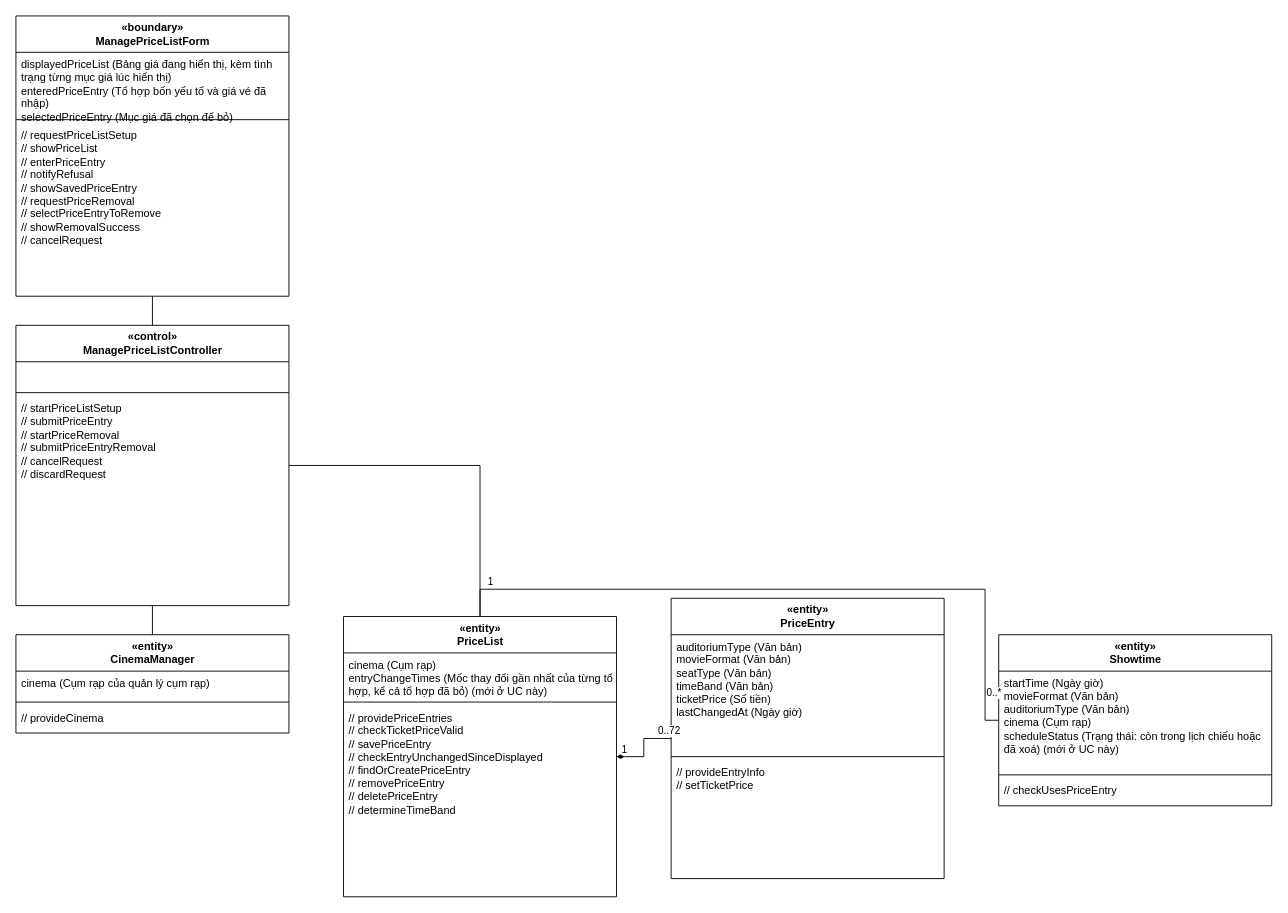
This is design/diagrams/P07-class-UC-013.drawio from luytbq/app-dat-ve-xem-phim, a draw.io file, before an edit. Source tidied: cells renumbered, new cells numbered last; positions are measured from the earlier drawing's top-left corner, leaving out a move shared by most shapes. Both pictures are drawn from the tidied source at 91%, with x=0, y=0 at pixel (15, 15).
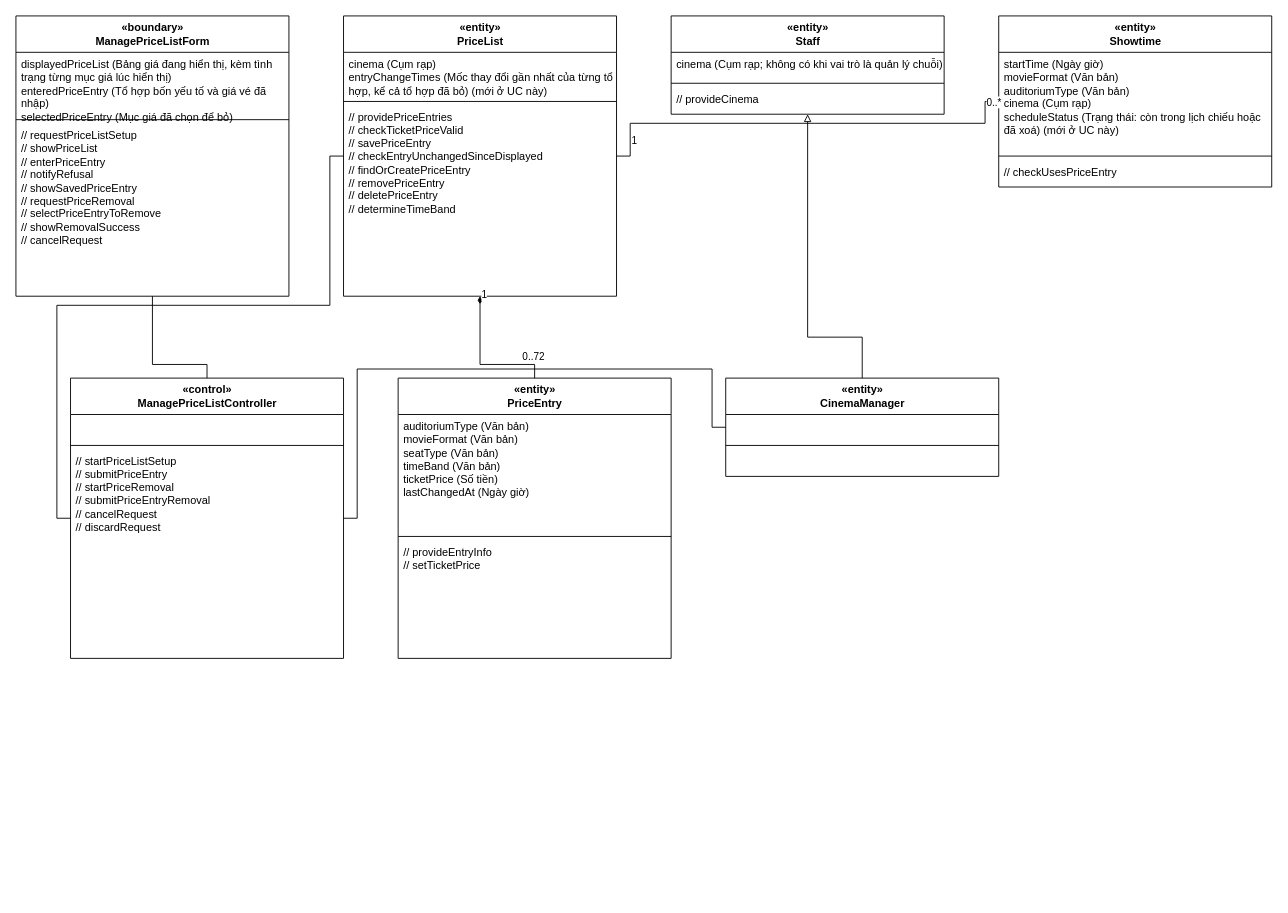
The same diagram, later.

Unchanged cells that the change refers to:
```xml
<mxCell id="2" value="«boundary»&lt;br&gt;ManagePriceListForm" style="swimlane;fontStyle=1;align=center;horizontal=1;startSize=40;html=1;" parent="1" vertex="1">
  <mxGeometry width="300" height="308" as="geometry" />
</mxCell>
```

What changed in the source:
```diff
@@
     <mxCell id="6" value="«control»&lt;br&gt;ManagePriceListController" style="swimlane;fontStyle=1;align=center;horizontal=1;startSize=40;html=1;" parent="1" vertex="1">
-      <mxGeometry y="340" width="300" height="308" as="geometry" />
+      <mxGeometry x="60" y="398" width="300" height="308" as="geometry" />
     </mxCell>
@@
     <mxCell id="10" value="«entity»&lt;br&gt;CinemaManager" style="swimlane;fontStyle=1;align=center;horizontal=1;startSize=40;html=1;" parent="1" vertex="1">
-      <mxGeometry y="680" width="300" height="108" as="geometry" />
+      <mxGeometry x="780" y="398" width="300" height="108" as="geometry" />
     </mxCell>
-    <mxCell id="11" value="cinema (Cụm rạp của quản lý cụm rạp)" style="text;strokeColor=none;fillColor=none;align=left;verticalAlign=top;spacingLeft=4;html=1;whiteSpace=wrap;" parent="10" vertex="1">
+    <mxCell id="11" value=" " style="text;strokeColor=none;fillColor=none;align=left;verticalAlign=top;spacingLeft=4;html=1;whiteSpace=wrap;" parent="10" vertex="1">
       <mxGeometry y="40" width="300" height="30" as="geometry" />
     </mxCell>
@@
-    <mxCell id="13" value="// provideCinema" style="text;strokeColor=none;fillColor=none;align=left;verticalAlign=top;spacingLeft=4;html=1;whiteSpace=wrap;" parent="10" vertex="1">
+    <mxCell id="13" value=" " style="text;strokeColor=none;fillColor=none;align=left;verticalAlign=top;spacingLeft=4;html=1;whiteSpace=wrap;" parent="10" vertex="1">
       <mxGeometry y="78" width="300" height="30" as="geometry" />
     </mxCell>
     <mxCell id="14" value="«entity»&lt;br&gt;PriceList" style="swimlane;fontStyle=1;align=center;horizontal=1;startSize=40;html=1;" parent="1" vertex="1">
-      <mxGeometry x="360" y="660" width="300" height="308" as="geometry" />
+      <mxGeometry x="360" width="300" height="308" as="geometry" />
     </mxCell>
@@
     <mxCell id="18" value="«entity»&lt;br&gt;PriceEntry" style="swimlane;fontStyle=1;align=center;horizontal=1;startSize=40;html=1;" parent="1" vertex="1">
-      <mxGeometry x="720" y="640" width="300" height="308" as="geometry" />
+      <mxGeometry x="420" y="398" width="300" height="308" as="geometry" />
     </mxCell>
@@
     <mxCell id="22" value="«entity»&lt;br&gt;Showtime" style="swimlane;fontStyle=1;align=center;horizontal=1;startSize=40;html=1;" parent="1" vertex="1">
-      <mxGeometry x="1080" y="680" width="300" height="188" as="geometry" />
+      <mxGeometry x="1080" width="300" height="188" as="geometry" />
     </mxCell>
@@
-    <mxCell id="26" style="edgeStyle=orthogonalEdgeStyle;rounded=0;html=1;endArrow=none;" parent="1" edge="1" source="2" target="6">
-      <mxGeometry relative="1" as="geometry" />
+    <mxCell id="26" style="edgeStyle=orthogonalEdgeStyle;rounded=0;html=1;endArrow=none;exitX=0.5;exitY=1;exitDx=0;exitDy=0;entryX=0.5;entryY=0;entryDx=0;entryDy=0;" parent="1" edge="1" source="2" target="6">
+      <mxGeometry relative="1" as="geometry">
+        <Array as="points">
+          <mxPoint x="150" y="383" />
+          <mxPoint x="210" y="383" />
+        </Array>
+      </mxGeometry>
     </mxCell>
-    <mxCell id="27" style="edgeStyle=orthogonalEdgeStyle;rounded=0;html=1;endArrow=none;" parent="1" edge="1" source="6" target="10">
-      <mxGeometry relative="1" as="geometry" />
+    <mxCell id="27" style="edgeStyle=orthogonalEdgeStyle;rounded=0;html=1;endArrow=none;exitX=1;exitY=0.5;exitDx=0;exitDy=0;entryX=0;entryY=0.5;entryDx=0;entryDy=0;" parent="1" edge="1" source="6" target="10">
+      <mxGeometry relative="1" as="geometry">
+        <Array as="points">
+          <mxPoint x="375" y="552" />
+          <mxPoint x="375" y="388" />
+          <mxPoint x="765" y="388" />
+          <mxPoint x="765" y="452" />
+        </Array>
+      </mxGeometry>
     </mxCell>
-    <mxCell id="28" style="edgeStyle=orthogonalEdgeStyle;rounded=0;html=1;endArrow=none;" parent="1" edge="1" source="6" target="14">
-      <mxGeometry relative="1" as="geometry" />
+    <mxCell id="28" style="edgeStyle=orthogonalEdgeStyle;rounded=0;html=1;endArrow=none;exitX=0;exitY=0.5;exitDx=0;exitDy=0;entryX=0;entryY=0.5;entryDx=0;entryDy=0;" parent="1" edge="1" source="6" target="14">
+      <mxGeometry relative="1" as="geometry">
+        <Array as="points">
+          <mxPoint x="45" y="552" />
+          <mxPoint x="45" y="318" />
+          <mxPoint x="345" y="318" />
+          <mxPoint x="345" y="154" />
+        </Array>
+      </mxGeometry>
     </mxCell>
-    <mxCell id="29" style="edgeStyle=orthogonalEdgeStyle;rounded=0;html=1;endArrow=none;startArrow=diamondThin;startFill=1;" parent="1" edge="1" source="14" target="18">
-      <mxGeometry relative="1" as="geometry" />
+    <mxCell id="29" style="edgeStyle=orthogonalEdgeStyle;rounded=0;html=1;endArrow=none;startArrow=diamondThin;startFill=1;exitX=0.5;exitY=1;exitDx=0;exitDy=0;entryX=0.5;entryY=0;entryDx=0;entryDy=0;" parent="1" edge="1" source="14" target="18">
+      <mxGeometry relative="1" as="geometry">
+        <Array as="points">
+          <mxPoint x="510" y="383" />
+          <mxPoint x="570" y="383" />
+        </Array>
+      </mxGeometry>
     </mxCell>
@@
-    <mxCell id="32" style="edgeStyle=orthogonalEdgeStyle;rounded=0;html=1;endArrow=none;exitX=0;exitY=0.5;exitDx=0;exitDy=0;entryX=0.5;entryY=0;entryDx=0;entryDy=0;" parent="1" edge="1" source="22" target="14">
+    <mxCell id="32" style="edgeStyle=orthogonalEdgeStyle;rounded=0;html=1;endArrow=none;exitX=0;exitY=0.5;exitDx=0;exitDy=0;entryX=1;entryY=0.5;entryDx=0;entryDy=0;" parent="1" edge="1" source="22" target="14">
       <mxGeometry relative="1" as="geometry">
         <Array as="points">
-          <mxPoint x="1065" y="774" />
-          <mxPoint x="1065" y="630" />
-          <mxPoint x="510" y="630" />
+          <mxPoint x="1065" y="94" />
+          <mxPoint x="1065" y="118" />
+          <mxPoint x="675" y="118" />
+          <mxPoint x="675" y="154" />
         </Array>
       </mxGeometry>
     </mxCell>
@@
+    <mxCell id="35" value="«entity»&lt;br&gt;Staff" style="swimlane;fontStyle=1;align=center;horizontal=1;startSize=40;html=1;" parent="1" vertex="1">
+      <mxGeometry x="720" width="300" height="108" as="geometry" />
+    </mxCell>
+    <mxCell id="36" value="cinema (Cụm rạp; không có khi vai trò là quản lý chuỗi)" style="text;strokeColor=none;fillColor=none;align=left;verticalAlign=top;spacingLeft=4;html=1;whiteSpace=wrap;" parent="35" vertex="1">
+      <mxGeometry y="40" width="300" height="30" as="geometry" />
+    </mxCell>
+    <mxCell id="37" style="line;strokeWidth=1;fillColor=none;align=left;verticalAlign=middle;spacingTop=-1;spacingLeft=3;spacingRight=3;labelPosition=right;" parent="35" vertex="1">
+      <mxGeometry y="70" width="300" height="8" as="geometry" />
+    </mxCell>
+    <mxCell id="38" value="// provideCinema" style="text;strokeColor=none;fillColor=none;align=left;verticalAlign=top;spacingLeft=4;html=1;whiteSpace=wrap;" parent="35" vertex="1">
+      <mxGeometry y="78" width="300" height="30" as="geometry" />
+    </mxCell>
+    <mxCell id="39" style="edgeStyle=orthogonalEdgeStyle;rounded=0;html=1;endArrow=block;endFill=0;exitX=0.5;exitY=0;exitDx=0;exitDy=0;entryX=0.5;entryY=1;entryDx=0;entryDy=0;" parent="1" edge="1" source="10" target="35">
+      <mxGeometry relative="1" as="geometry">
+        <Array as="points">
+          <mxPoint x="930" y="353" />
+          <mxPoint x="870" y="353" />
+        </Array>
+      </mxGeometry>
+    </mxCell>
```
